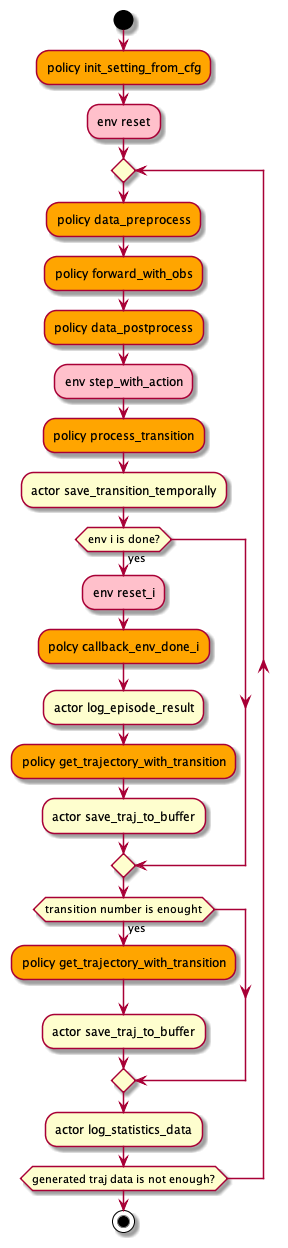
opendilab/DI-engine keeps this PlantUML diagram as nervex/design/serial_actor.png. Above is the earlier version.
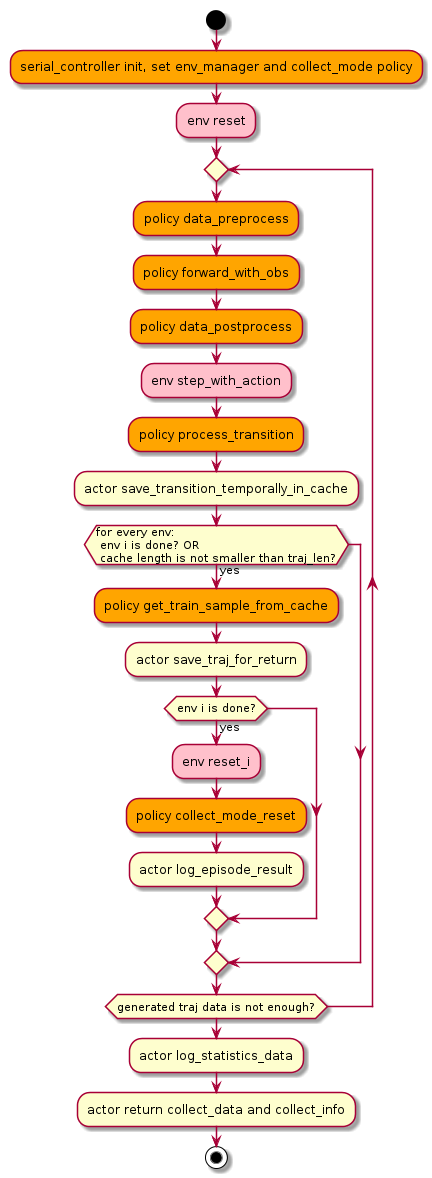
After the commit.

Commit message:
modify policy callback to reset

Diff of the diagram source:
```diff
@@ -1,6 +1,6 @@
 @startuml
 start
-#orange:policy init_setting_from_cfg;
+#orange:serial_controller init, set env_manager and collect_mode policy;
 #pink:env reset;
 repeat
   #orange:policy data_preprocess;
@@ -8,20 +8,18 @@
   #orange:policy data_postprocess;
   #pink:env step_with_action;
   #orange:policy process_transition;
-  :actor save_transition_temporally;
-  if (env i is done?) then (yes)
-    #pink:env reset_i;
-    #orange:polcy callback_env_done_i;
-    :actor log_episode_result;
-    #orange:policy get_trajectory_with_transition;
-    :actor save_traj_to_buffer;
+  :actor save_transition_temporally_in_cache;
+  if (for every env: \n env i is done? OR \n cache length is not smaller than traj_len?) then (yes)
+    #orange:policy get_train_sample_from_cache;
+    :actor save_traj_for_return;
+    if (env i is done?) then (yes)
+      #pink:env reset_i;
+      #orange:policy collect_mode_reset;
+      :actor log_episode_result;
+    endif
   endif
-  if (transition number is enought) then (yes)
-    #orange:policy get_trajectory_with_transition;
-    :actor save_traj_to_buffer;
-  endif
-  :actor log_statistics_data;
 repeat while (generated traj data is not enough?)
-
+:actor log_statistics_data;
+:actor return collect_data and collect_info;
 stop
 @enduml
```
